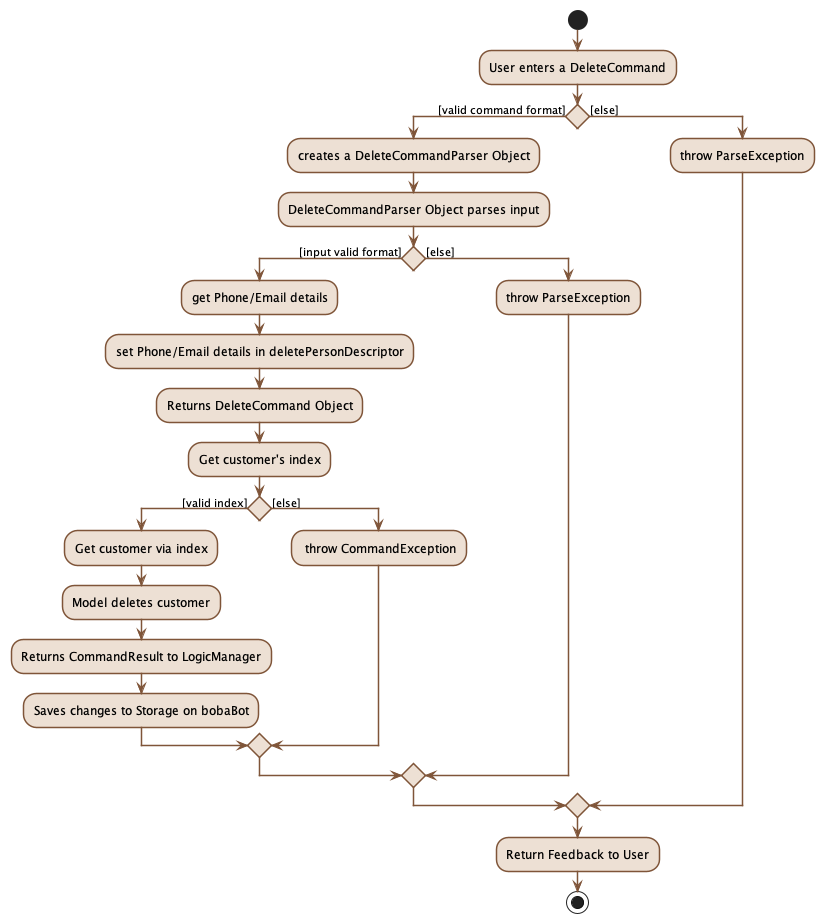
This is docs/images/DeleteActivityDiagram.png from nus-cs2103-AY2223S1/tp, a PlantUML export, as it was before one commit.
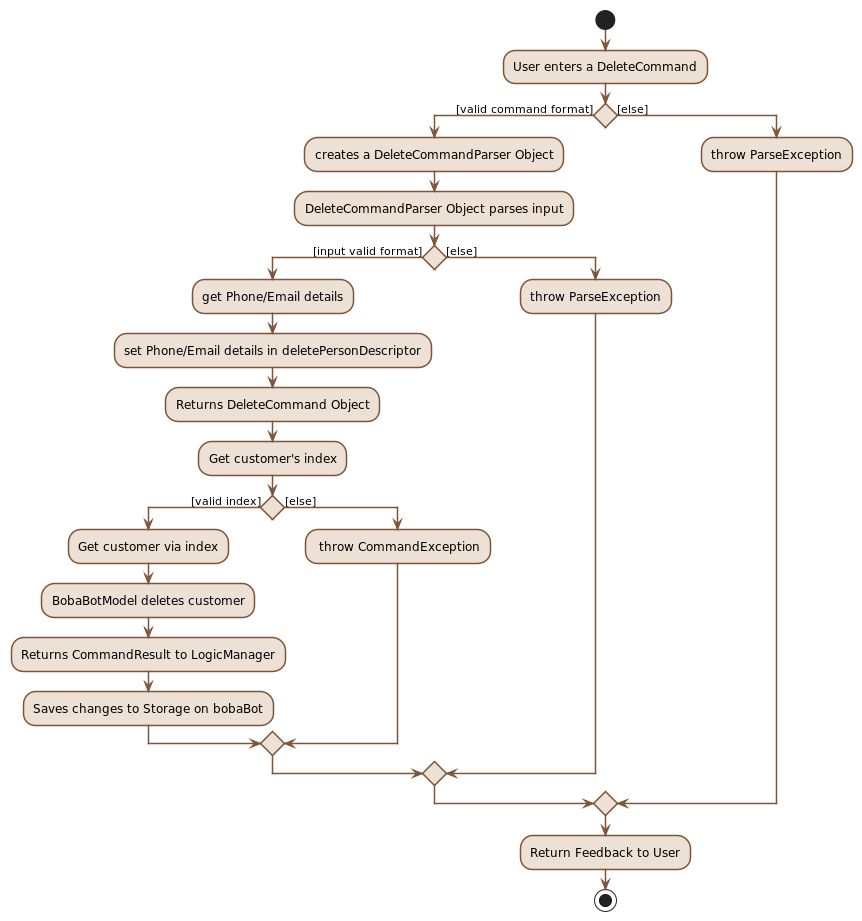
Above is the later version.

Change to the diagram source:
```diff
@@ -18,7 +18,7 @@
       :Get customer's index;
       if () then ([valid index])
         :Get customer via index;
-        :Model deletes customer;
+        :BobaBotModel deletes customer;
         :Returns CommandResult to LogicManager;
         :Saves changes to Storage on bobaBot;
       else ([else])
```
